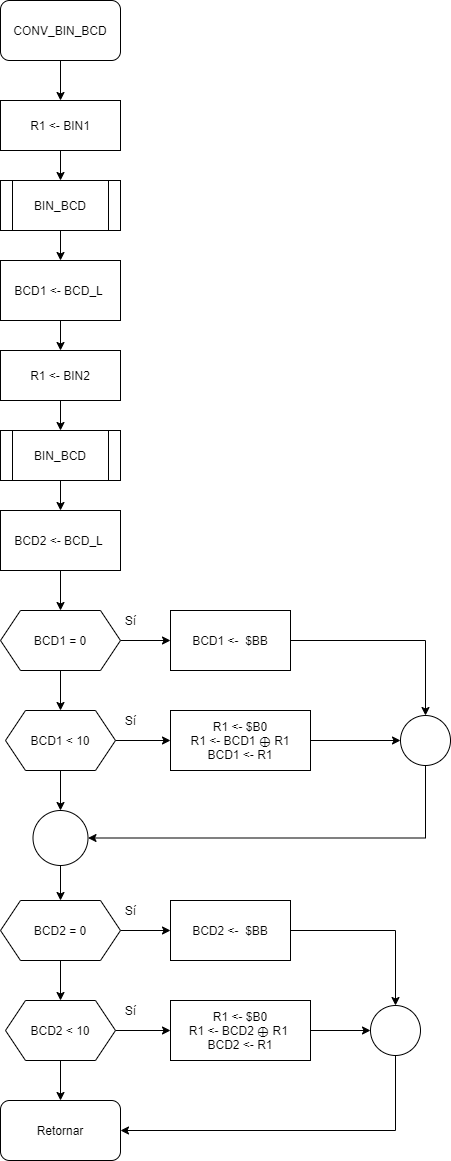
The draw.io diagram Tarea 5/CONV_BIN_BCD.png in robz25/Microprocesadores, before a commit. Source tidied: cells renumbered, new cells last; positions are measured from the earlier drawing's top-left corner, leaving out a move shared by most shapes.
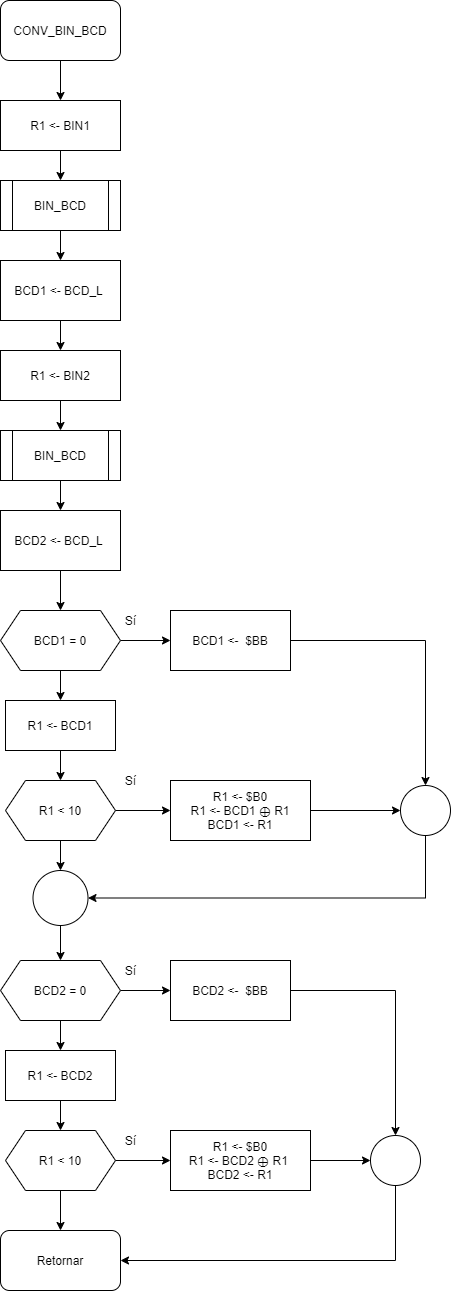
The same diagram one commit later.

The edit, as a diff of the source:
```diff
@@ -45,14 +45,14 @@
       <mxGeometry y="510" width="120" height="60" as="geometry" />
     </mxCell>
     <mxCell id="16" value="Retornar" style="rounded=1;whiteSpace=wrap;html=1;" parent="1" vertex="1">
-      <mxGeometry y="1100" width="120" height="60" as="geometry" />
+      <mxGeometry y="1230" width="120" height="60" as="geometry" />
     </mxCell>
     <mxCell id="17" style="edgeStyle=orthogonalEdgeStyle;rounded=0;jettySize=auto;html=1;exitX=1;exitY=0.5;exitDx=0;exitDy=0;entryX=0;entryY=0.5;entryDx=0;entryDy=0;" parent="1" edge="1" source="19" target="21">
       <mxGeometry relative="1" as="geometry" />
     </mxCell>
-    <mxCell id="18" style="edgeStyle=orthogonalEdgeStyle;rounded=0;jettySize=auto;html=1;exitX=0.5;exitY=1;exitDx=0;exitDy=0;entryX=0.5;entryY=0;entryDx=0;entryDy=0;" parent="1" edge="1" source="19" target="25">
-      <mxGeometry relative="1" as="geometry" />
-    </mxCell>
+    <mxCell id="47" style="edgeStyle=orthogonalEdgeStyle;rounded=0;jettySize=auto;html=1;exitX=0.5;exitY=1;exitDx=0;exitDy=0;entryX=0.5;entryY=0;entryDx=0;entryDy=0;" parent="1" edge="1" source="19" target="50">
+      <mxGeometry relative="1" as="geometry" />
+    </mxCell>
     <mxCell id="19" value="BCD1 = 0" style="shape=hexagon;perimeter=hexagonPerimeter2;whiteSpace=wrap;html=1;fixedSize=1;" parent="1" vertex="1">
       <mxGeometry y="610" width="120" height="60" as="geometry" />
     </mxCell>
@@ -71,35 +71,35 @@
     <mxCell id="24" style="edgeStyle=orthogonalEdgeStyle;rounded=0;jettySize=auto;html=1;exitX=0.5;exitY=1;exitDx=0;exitDy=0;entryX=0.5;entryY=0;entryDx=0;entryDy=0;" parent="1" edge="1" source="25" target="44">
       <mxGeometry relative="1" as="geometry" />
     </mxCell>
-    <mxCell id="25" value="BCD1 &amp;lt; 10" style="shape=hexagon;perimeter=hexagonPerimeter2;whiteSpace=wrap;html=1;fixedSize=1;" parent="1" vertex="1">
-      <mxGeometry x="5" y="710" width="110" height="60" as="geometry" />
+    <mxCell id="25" value="R1 &amp;lt; 10" style="shape=hexagon;perimeter=hexagonPerimeter2;whiteSpace=wrap;html=1;fixedSize=1;" parent="1" vertex="1">
+      <mxGeometry x="5" y="780" width="110" height="60" as="geometry" />
     </mxCell>
     <mxCell id="26" style="edgeStyle=orthogonalEdgeStyle;rounded=0;jettySize=auto;html=1;exitX=1;exitY=0.5;exitDx=0;exitDy=0;" parent="1" edge="1" source="27" target="42">
       <mxGeometry relative="1" as="geometry" />
     </mxCell>
     <mxCell id="27" value="R1 &amp;lt;- $B0&lt;br&gt;R1 &amp;lt;- BCD1&amp;nbsp;⊕ R1&lt;br&gt;BCD1 &amp;lt;- R1" style="rounded=0;whiteSpace=wrap;html=1;" parent="1" vertex="1">
-      <mxGeometry x="170" y="710" width="140" height="60" as="geometry" />
+      <mxGeometry x="170" y="780" width="140" height="60" as="geometry" />
     </mxCell>
     <mxCell id="28" value="Sí" style="text;html=1;align=center;verticalAlign=middle;" parent="1" vertex="1">
-      <mxGeometry x="115" y="710" width="30" height="20" as="geometry" />
+      <mxGeometry x="115" y="770" width="30" height="20" as="geometry" />
     </mxCell>
     <mxCell id="29" style="edgeStyle=orthogonalEdgeStyle;rounded=0;jettySize=auto;html=1;exitX=1;exitY=0.5;exitDx=0;exitDy=0;entryX=0;entryY=0.5;entryDx=0;entryDy=0;" parent="1" edge="1" source="31" target="33">
       <mxGeometry relative="1" as="geometry" />
     </mxCell>
-    <mxCell id="30" style="edgeStyle=orthogonalEdgeStyle;rounded=0;jettySize=auto;html=1;exitX=0.5;exitY=1;exitDx=0;exitDy=0;entryX=0.5;entryY=0;entryDx=0;entryDy=0;" parent="1" edge="1" source="31" target="37">
-      <mxGeometry relative="1" as="geometry" />
-    </mxCell>
+    <mxCell id="48" style="edgeStyle=orthogonalEdgeStyle;rounded=0;jettySize=auto;html=1;exitX=0.5;exitY=1;exitDx=0;exitDy=0;entryX=0.5;entryY=0;entryDx=0;entryDy=0;" parent="1" edge="1" source="31" target="52">
+      <mxGeometry relative="1" as="geometry" />
+    </mxCell>
     <mxCell id="31" value="BCD2 = 0" style="shape=hexagon;perimeter=hexagonPerimeter2;whiteSpace=wrap;html=1;fixedSize=1;" parent="1" vertex="1">
-      <mxGeometry y="900" width="120" height="60" as="geometry" />
+      <mxGeometry y="960" width="120" height="60" as="geometry" />
     </mxCell>
     <mxCell id="32" style="edgeStyle=orthogonalEdgeStyle;rounded=0;jettySize=auto;html=1;exitX=1;exitY=0.5;exitDx=0;exitDy=0;entryX=0.5;entryY=0;entryDx=0;entryDy=0;" parent="1" edge="1" source="33" target="46">
       <mxGeometry relative="1" as="geometry" />
     </mxCell>
     <mxCell id="33" value="BCD2 &amp;lt;-&amp;nbsp; $BB" style="rounded=0;whiteSpace=wrap;html=1;" parent="1" vertex="1">
-      <mxGeometry x="170" y="900" width="120" height="60" as="geometry" />
+      <mxGeometry x="170" y="960" width="120" height="60" as="geometry" />
     </mxCell>
     <mxCell id="34" value="Sí" style="text;html=1;align=center;verticalAlign=middle;" parent="1" vertex="1">
-      <mxGeometry x="115" y="900" width="30" height="20" as="geometry" />
+      <mxGeometry x="115" y="960" width="30" height="20" as="geometry" />
     </mxCell>
     <mxCell id="35" style="edgeStyle=orthogonalEdgeStyle;rounded=0;jettySize=auto;html=1;exitX=1;exitY=0.5;exitDx=0;exitDy=0;entryX=0;entryY=0.5;entryDx=0;entryDy=0;" parent="1" edge="1" source="37" target="39">
       <mxGeometry relative="1" as="geometry" />
@@ -107,35 +107,47 @@
     <mxCell id="36" style="edgeStyle=orthogonalEdgeStyle;rounded=0;jettySize=auto;html=1;exitX=0.5;exitY=1;exitDx=0;exitDy=0;entryX=0.5;entryY=0;entryDx=0;entryDy=0;" parent="1" edge="1" source="37" target="16">
       <mxGeometry relative="1" as="geometry" />
     </mxCell>
-    <mxCell id="37" value="BCD2 &amp;lt; 10" style="shape=hexagon;perimeter=hexagonPerimeter2;whiteSpace=wrap;html=1;fixedSize=1;" parent="1" vertex="1">
-      <mxGeometry x="5" y="1000" width="110" height="60" as="geometry" />
+    <mxCell id="37" value="R1 &amp;lt; 10" style="shape=hexagon;perimeter=hexagonPerimeter2;whiteSpace=wrap;html=1;fixedSize=1;" parent="1" vertex="1">
+      <mxGeometry x="5" y="1130" width="110" height="60" as="geometry" />
     </mxCell>
     <mxCell id="38" style="edgeStyle=orthogonalEdgeStyle;rounded=0;jettySize=auto;html=1;exitX=1;exitY=0.5;exitDx=0;exitDy=0;entryX=0;entryY=0.5;entryDx=0;entryDy=0;" parent="1" edge="1" source="39" target="46">
       <mxGeometry relative="1" as="geometry" />
     </mxCell>
     <mxCell id="39" value="R1 &amp;lt;- $B0&lt;br&gt;R1 &amp;lt;- BCD2&amp;nbsp;⊕ R1&amp;nbsp;&lt;br&gt;BCD2 &amp;lt;- R1" style="rounded=0;whiteSpace=wrap;html=1;" parent="1" vertex="1">
-      <mxGeometry x="170" y="1000" width="140" height="60" as="geometry" />
+      <mxGeometry x="170" y="1130" width="140" height="60" as="geometry" />
     </mxCell>
     <mxCell id="40" value="Sí" style="text;html=1;align=center;verticalAlign=middle;" parent="1" vertex="1">
-      <mxGeometry x="115" y="1000" width="30" height="20" as="geometry" />
+      <mxGeometry x="115" y="1130" width="30" height="20" as="geometry" />
     </mxCell>
     <mxCell id="41" style="edgeStyle=orthogonalEdgeStyle;rounded=0;jettySize=auto;html=1;exitX=0.5;exitY=1;exitDx=0;exitDy=0;entryX=1;entryY=0.5;entryDx=0;entryDy=0;" parent="1" edge="1" source="42" target="44">
       <mxGeometry relative="1" as="geometry" />
     </mxCell>
     <mxCell id="42" style="ellipse;whiteSpace=wrap;html=1;" parent="1" vertex="1">
-      <mxGeometry x="400" y="715" width="50" height="50" as="geometry" />
+      <mxGeometry x="400" y="785" width="50" height="50" as="geometry" />
     </mxCell>
     <mxCell id="43" style="edgeStyle=orthogonalEdgeStyle;rounded=0;jettySize=auto;html=1;exitX=0.5;exitY=1;exitDx=0;exitDy=0;entryX=0.5;entryY=0;entryDx=0;entryDy=0;" parent="1" edge="1" source="44" target="31">
       <mxGeometry relative="1" as="geometry" />
     </mxCell>
     <mxCell id="44" style="ellipse;whiteSpace=wrap;html=1;" parent="1" vertex="1">
-      <mxGeometry x="32.5" y="810" width="55" height="55" as="geometry" />
+      <mxGeometry x="32.5" y="870" width="55" height="55" as="geometry" />
     </mxCell>
     <mxCell id="45" style="edgeStyle=orthogonalEdgeStyle;rounded=0;jettySize=auto;html=1;exitX=0.5;exitY=1;exitDx=0;exitDy=0;entryX=1;entryY=0.5;entryDx=0;entryDy=0;" parent="1" edge="1" source="46" target="16">
       <mxGeometry relative="1" as="geometry" />
     </mxCell>
     <mxCell id="46" style="ellipse;whiteSpace=wrap;html=1;" parent="1" vertex="1">
-      <mxGeometry x="370" y="1005" width="50" height="50" as="geometry" />
+      <mxGeometry x="370" y="1135" width="50" height="50" as="geometry" />
     </mxCell>
+    <mxCell id="49" style="edgeStyle=orthogonalEdgeStyle;rounded=0;jettySize=auto;html=1;exitX=0.5;exitY=1;exitDx=0;exitDy=0;entryX=0.5;entryY=0;entryDx=0;entryDy=0;" parent="1" edge="1" source="50" target="25">
+      <mxGeometry relative="1" as="geometry" />
+    </mxCell>
+    <mxCell id="50" value="R1 &amp;lt;- BCD1" style="rounded=0;whiteSpace=wrap;html=1;" parent="1" vertex="1">
+      <mxGeometry x="5" y="700" width="110" height="50" as="geometry" />
+    </mxCell>
+    <mxCell id="51" style="edgeStyle=orthogonalEdgeStyle;rounded=0;jettySize=auto;html=1;exitX=0.5;exitY=1;exitDx=0;exitDy=0;entryX=0.5;entryY=0;entryDx=0;entryDy=0;" parent="1" edge="1" source="52" target="37">
+      <mxGeometry relative="1" as="geometry" />
+    </mxCell>
+    <mxCell id="52" value="R1 &amp;lt;- BCD2" style="rounded=0;whiteSpace=wrap;html=1;" parent="1" vertex="1">
+      <mxGeometry x="5" y="1050" width="110" height="50" as="geometry" />
+    </mxCell>
   </root>
 </mxGraphModel>
```
